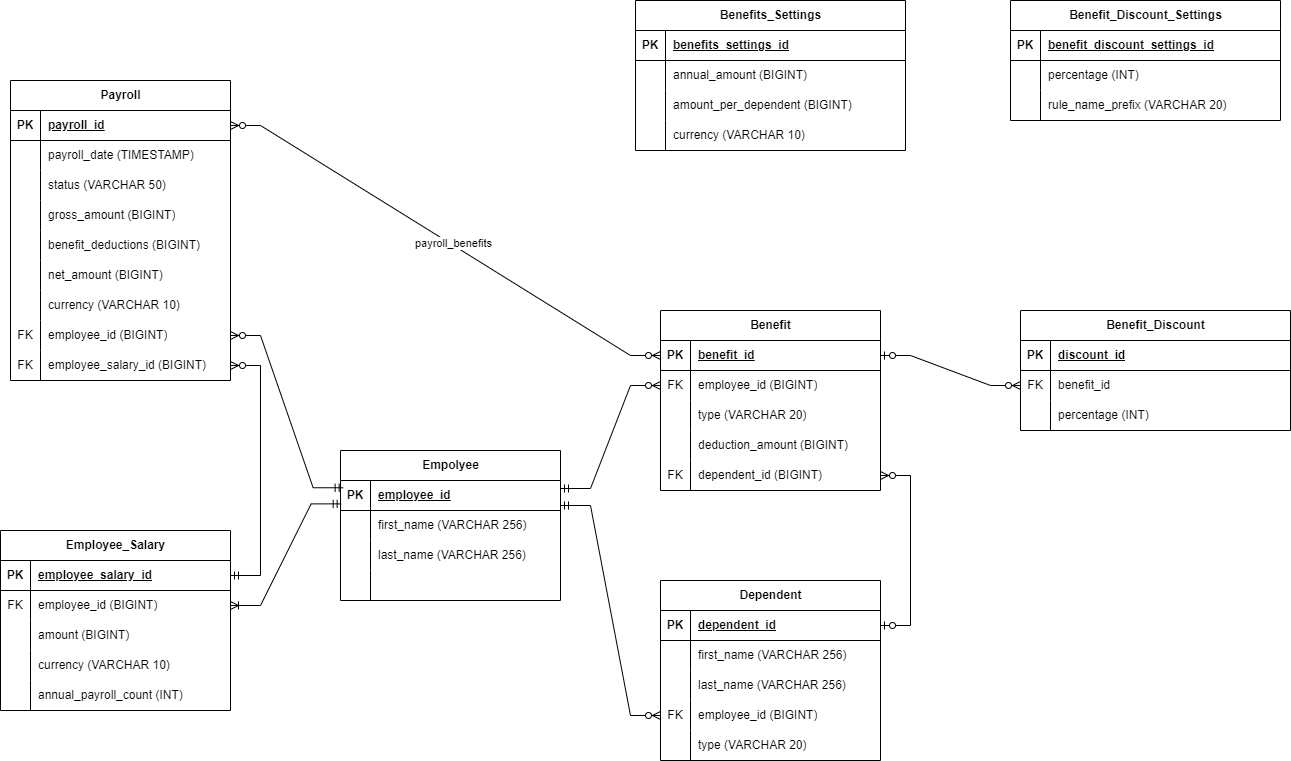
Earlier version of the draw.io export docs/paylocity-challenge-er-diagram.png (michal-chudy/paylocity-challenge). Source tidied: cells renumbered, new cells last; positions are measured from the earlier drawing's top-left corner, leaving out a move shared by most shapes.
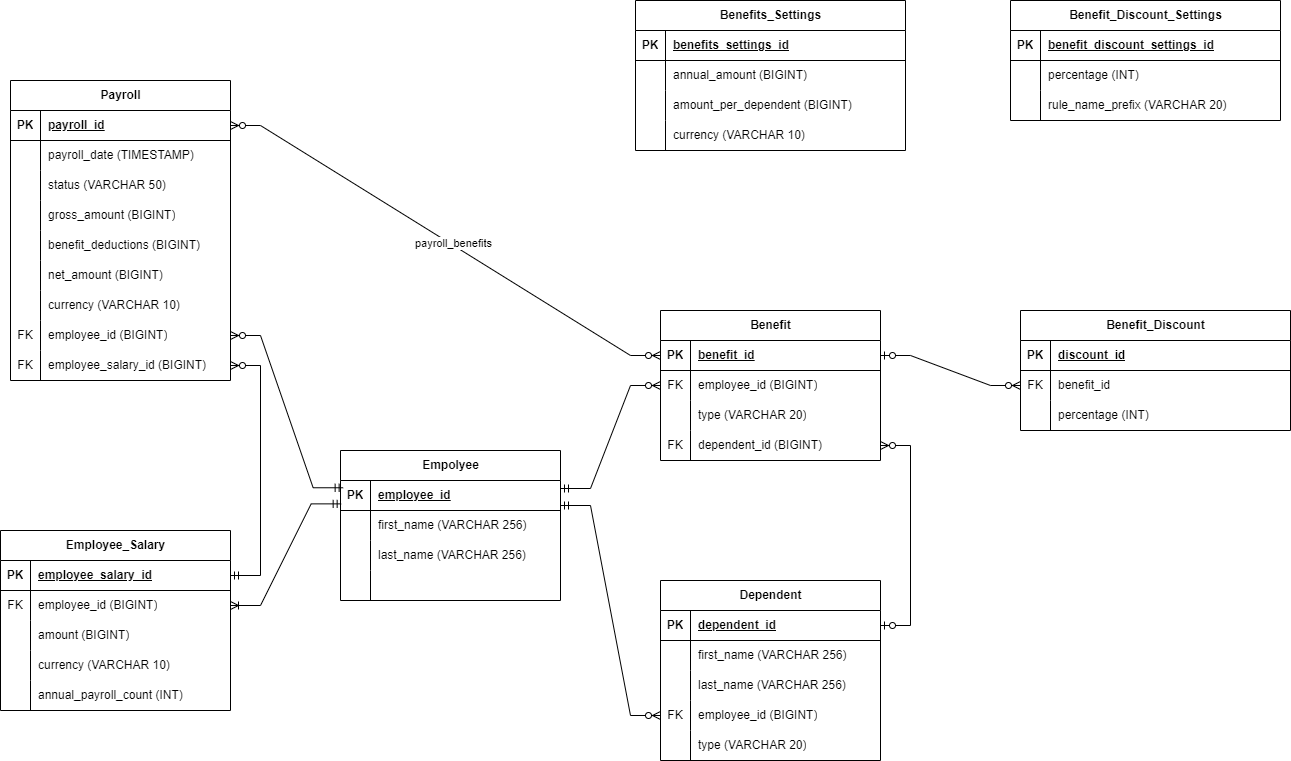
Later version of the same file.

Commit message:
Updating the ER diagram -removing unused attribute from Benefit

Diff of the diagram source:
```diff
@@ -162,7 +162,7 @@
       <mxGeometry x="30" width="240" height="30" as="geometry" />
     </mxCell>
     <mxCell id="55" value="Benefit" style="shape=table;startSize=30;rowLines=0;fontStyle=1;align=center;html=1;" parent="1" vertex="1">
-      <mxGeometry x="660" y="310" width="220" height="180" as="geometry" />
+      <mxGeometry x="660" y="310" width="220" height="150" as="geometry" />
     </mxCell>
     <mxCell id="56" style="shape=tableRow;horizontal=0;startSize=0;swimlaneHead=0;swimlaneBody=0;fillColor=none;points=[[0,0.5],[1,0.5]];portConstraint=eastwest;top=0;left=0;right=0;bottom=1;" parent="55" vertex="1">
       <mxGeometry y="30" width="220" height="30" as="geometry" />
@@ -191,17 +191,8 @@
     <mxCell id="64" value="type (VARCHAR 20)" style="shape=partialRectangle;fillColor=none;top=0;left=0;bottom=0;right=0;align=left;spacingLeft=6;overflow=hidden;whiteSpace=wrap;html=1;" parent="62" vertex="1">
       <mxGeometry x="30" width="190" height="30" as="geometry" />
     </mxCell>
-    <mxCell id="65" style="shape=tableRow;horizontal=0;startSize=0;swimlaneHead=0;swimlaneBody=0;fillColor=none;top=0;left=0;right=0;bottom=0;" parent="55" vertex="1">
-      <mxGeometry y="120" width="220" height="30" as="geometry" />
-    </mxCell>
-    <mxCell id="66" style="shape=partialRectangle;fillColor=none;top=0;left=0;bottom=0;right=0;overflow=hidden;whiteSpace=wrap;html=1;" parent="65" vertex="1">
-      <mxGeometry width="30" height="30" as="geometry" />
-    </mxCell>
-    <mxCell id="67" value="deduction_amount (BIGINT)" style="shape=partialRectangle;fillColor=none;top=0;left=0;bottom=0;right=0;align=left;spacingLeft=6;overflow=hidden;whiteSpace=wrap;html=1;" parent="65" vertex="1">
-      <mxGeometry x="30" width="190" height="30" as="geometry" />
-    </mxCell>
     <mxCell id="68" style="shape=tableRow;horizontal=0;startSize=0;swimlaneHead=0;swimlaneBody=0;fillColor=none;points=[[0,0.5],[1,0.5]];portConstraint=eastwest;top=0;left=0;right=0;bottom=0;" parent="55" vertex="1">
-      <mxGeometry y="150" width="220" height="30" as="geometry" />
+      <mxGeometry y="120" width="220" height="30" as="geometry" />
     </mxCell>
     <mxCell id="69" value="FK" style="shape=partialRectangle;fillColor=none;top=0;left=0;bottom=0;right=0;overflow=hidden;whiteSpace=wrap;html=1;" parent="68" vertex="1">
       <mxGeometry width="30" height="30" as="geometry" />
```
